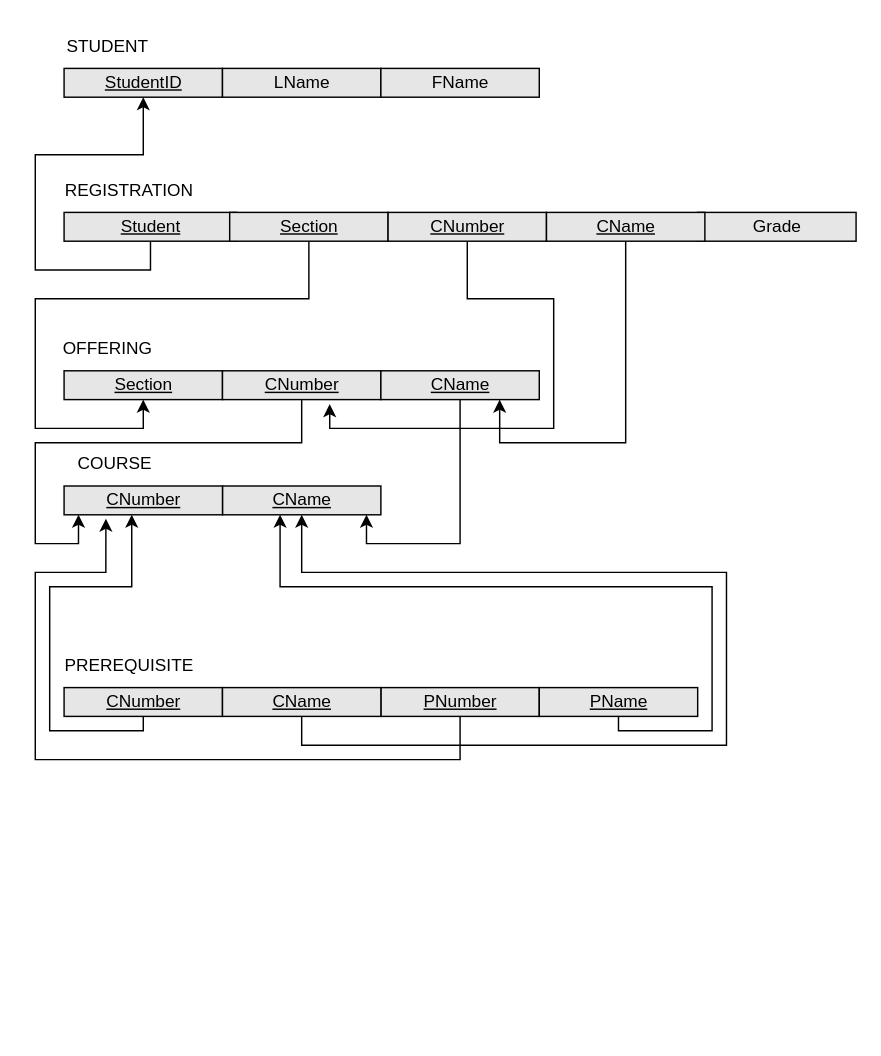
This is FinalProject1.drawio from tysontrail/ENSF-607-608-student-registration-system, a draw.io file, before an edit. Source tidied: cells renumbered, new cells numbered last; positions are measured from the earlier drawing's top-left corner, leaving out a move shared by most shapes. Both pictures are drawn from the tidied source at 144%, with x=0, y=0 at pixel (35, 24).
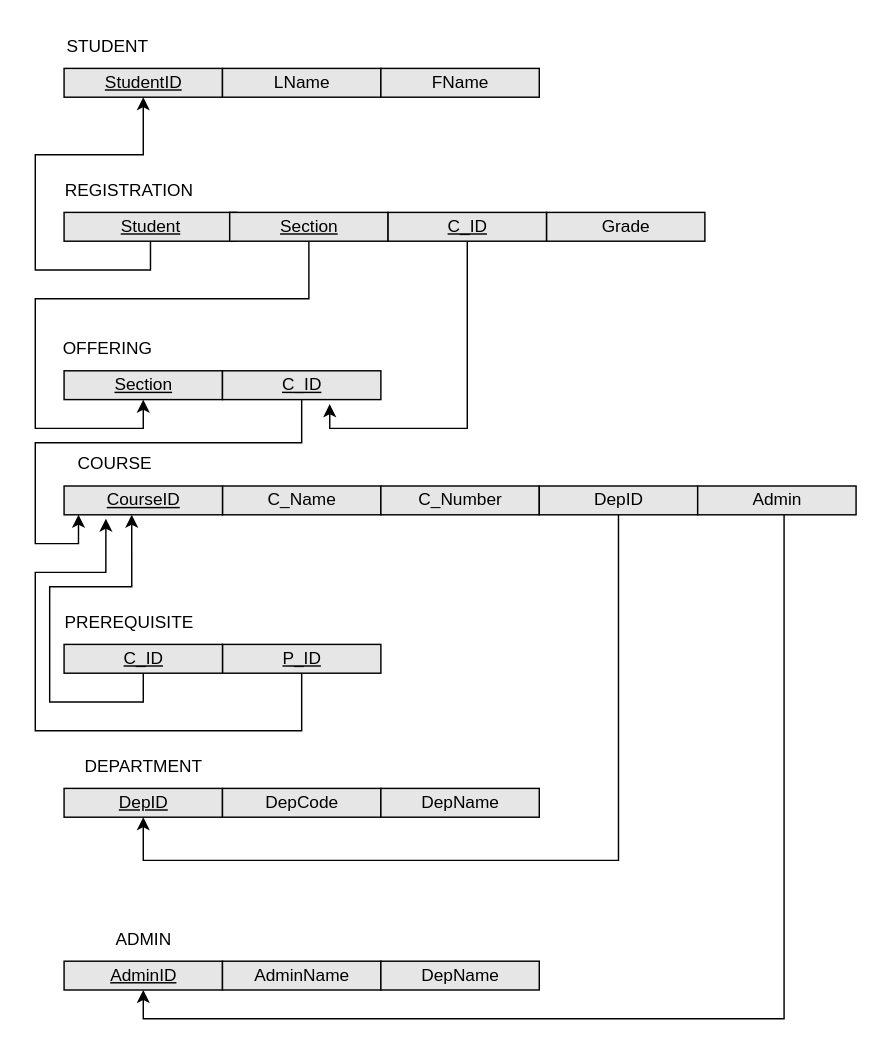
The same page after the edit.

Change to the diagram source:
```diff
@@
-    <mxCell id="11" value="&lt;u&gt;CName&lt;/u&gt;" style="html=1;fillColor=#E6E6E6;" parent="1" vertex="1">
+    <mxCell id="11" value="C_Name" style="html=1;fillColor=#E6E6E6;" parent="1" vertex="1">
       <mxGeometry x="130" y="320" width="110" height="20" as="geometry" />
     </mxCell>
@@
-    <mxCell id="15" value="&lt;u&gt;CNumber&lt;/u&gt;" style="html=1;fillColor=#E6E6E6;" parent="1" vertex="1">
+    <mxCell id="15" value="&lt;u&gt;C_ID&lt;/u&gt;" style="html=1;fillColor=#E6E6E6;" parent="1" vertex="1">
       <mxGeometry x="130" y="240" width="110" height="20" as="geometry" />
     </mxCell>
@@
-    <mxCell id="17" value="&lt;u&gt;CNumber&lt;/u&gt;" style="html=1;fillColor=#E6E6E6;" parent="1" vertex="1">
+    <mxCell id="17" value="&lt;u&gt;CourseID&lt;/u&gt;" style="html=1;fillColor=#E6E6E6;" parent="1" vertex="1">
       <mxGeometry x="20" y="320" width="110" height="20" as="geometry" />
     </mxCell>
     <mxCell id="18" value="Grade" style="html=1;fillColor=#E6E6E6;" parent="1" vertex="1">
-      <mxGeometry x="460" y="130" width="110" height="20" as="geometry" />
+      <mxGeometry x="355" y="130" width="110" height="20" as="geometry" />
     </mxCell>
     <mxCell id="19" style="edgeStyle=orthogonalEdgeStyle;rounded=0;jettySize=auto;html=1;exitX=0.5;exitY=1;exitDx=0;exitDy=0;entryX=0.264;entryY=1.133;entryDx=0;entryDy=0;entryPerimeter=0;" parent="1" edge="1" source="20" target="17">
       <mxGeometry relative="1" as="geometry">
         <Array as="points">
-          <mxPoint x="295" y="510" />
-          <mxPoint y="510" />
+          <mxPoint x="185" y="490" />
+          <mxPoint y="490" />
           <mxPoint y="380" />
           <mxPoint x="49" y="380" />
         </Array>
       </mxGeometry>
     </mxCell>
-    <mxCell id="20" value="&lt;u&gt;PNumber&lt;/u&gt;" style="html=1;fillColor=#E6E6E6;" parent="1" vertex="1">
-      <mxGeometry x="240" y="460" width="110" height="20" as="geometry" />
+    <mxCell id="20" value="&lt;u&gt;P_ID&lt;/u&gt;" style="html=1;fillColor=#E6E6E6;" parent="1" vertex="1">
+      <mxGeometry x="130" y="430" width="110" height="20" as="geometry" />
     </mxCell>
     <mxCell id="21" value="PREREQUISITE" style="text;html=1;align=center;verticalAlign=middle;strokeColor=none;fillColor=none;" parent="1" vertex="1">
-      <mxGeometry x="10" y="430" width="110" height="30" as="geometry" />
+      <mxGeometry x="10" y="400" width="110" height="30" as="geometry" />
     </mxCell>
     <mxCell id="22" style="edgeStyle=orthogonalEdgeStyle;rounded=0;jettySize=auto;html=1;exitX=0.5;exitY=1;exitDx=0;exitDy=0;entryX=0.427;entryY=1;entryDx=0;entryDy=0;entryPerimeter=0;" parent="1" edge="1" source="23" target="17">
       <mxGeometry relative="1" as="geometry">
         <Array as="points">
-          <mxPoint x="75" y="490" />
-          <mxPoint x="10" y="490" />
+          <mxPoint x="75" y="470" />
+          <mxPoint x="10" y="470" />
           <mxPoint x="10" y="390" />
           <mxPoint x="67" y="390" />
         </Array>
       </mxGeometry>
     </mxCell>
-    <mxCell id="23" value="&lt;u&gt;CNumber&lt;/u&gt;" style="html=1;fillColor=#E6E6E6;" parent="1" vertex="1">
-      <mxGeometry x="20" y="460" width="110" height="20" as="geometry" />
+    <mxCell id="23" value="&lt;u&gt;C_ID&lt;/u&gt;" style="html=1;fillColor=#E6E6E6;" parent="1" vertex="1">
+      <mxGeometry x="20" y="430" width="110" height="20" as="geometry" />
     </mxCell>
-    <mxCell id="24" style="edgeStyle=orthogonalEdgeStyle;rounded=0;jettySize=auto;html=1;exitX=0.5;exitY=1;exitDx=0;exitDy=0;" parent="1" edge="1" source="25">
-      <mxGeometry relative="1" as="geometry">
-        <mxPoint x="230" y="340" as="targetPoint" />
-        <Array as="points">
-          <mxPoint x="295" y="360" />
-          <mxPoint x="230" y="360" />
-          <mxPoint x="230" y="340" />
-        </Array>
-      </mxGeometry>
-    </mxCell>
-    <mxCell id="25" value="&lt;u&gt;CName&lt;/u&gt;" style="html=1;fillColor=#E6E6E6;" parent="1" vertex="1">
-      <mxGeometry x="240" y="240" width="110" height="20" as="geometry" />
-    </mxCell>
-    <mxCell id="26" style="edgeStyle=orthogonalEdgeStyle;rounded=0;jettySize=auto;html=1;exitX=0.5;exitY=1;exitDx=0;exitDy=0;entryX=0.5;entryY=1;entryDx=0;entryDy=0;" parent="1" edge="1" source="27" target="11">
-      <mxGeometry relative="1" as="geometry">
-        <Array as="points">
-          <mxPoint x="185" y="500" />
-          <mxPoint x="480" y="500" />
-          <mxPoint x="480" y="380" />
-          <mxPoint x="185" y="380" />
-        </Array>
-      </mxGeometry>
-    </mxCell>
-    <mxCell id="27" value="&lt;u&gt;CName&lt;/u&gt;" style="html=1;fillColor=#E6E6E6;" parent="1" vertex="1">
-      <mxGeometry x="130" y="460" width="110" height="20" as="geometry" />
-    </mxCell>
-    <mxCell id="28" style="edgeStyle=orthogonalEdgeStyle;rounded=0;orthogonalLoop=1;jettySize=auto;html=1;exitX=0.5;exitY=1;exitDx=0;exitDy=0;" parent="1" edge="1">
-      <mxGeometry relative="1" as="geometry">
-        <mxPoint x="405" y="480" as="sourcePoint" />
-        <mxPoint x="170" y="340" as="targetPoint" />
-        <Array as="points">
-          <mxPoint x="405" y="490" />
-          <mxPoint x="470" y="490" />
-          <mxPoint x="470" y="390" />
-          <mxPoint x="170" y="390" />
-          <mxPoint x="170" y="342" />
-        </Array>
-      </mxGeometry>
-    </mxCell>
-    <mxCell id="29" value="&lt;u&gt;PName&lt;/u&gt;" style="html=1;fillColor=#E6E6E6;" parent="1" vertex="1">
-      <mxGeometry x="350" y="460" width="110" height="20" as="geometry" />
-    </mxCell>
     <mxCell id="30" style="edgeStyle=orthogonalEdgeStyle;rounded=0;jettySize=auto;html=1;exitX=0.5;exitY=1;exitDx=0;exitDy=0;entryX=0.677;entryY=1.156;entryDx=0;entryDy=0;entryPerimeter=0;" parent="1" edge="1" source="31" target="15">
       <mxGeometry relative="1" as="geometry">
         <Array as="points">
-          <mxPoint x="300" y="190" />
-          <mxPoint x="360" y="190" />
-          <mxPoint x="360" y="280" />
+          <mxPoint x="300" y="280" />
           <mxPoint x="205" y="280" />
         </Array>
       </mxGeometry>
     </mxCell>
-    <mxCell id="31" value="&lt;u&gt;CNumber&lt;/u&gt;" style="html=1;fillColor=#E6E6E6;" parent="1" vertex="1">
+    <mxCell id="31" value="&lt;u&gt;C_ID&lt;/u&gt;" style="html=1;fillColor=#E6E6E6;" parent="1" vertex="1">
       <mxGeometry x="245" y="130" width="110" height="20" as="geometry" />
     </mxCell>
-    <mxCell id="32" style="edgeStyle=orthogonalEdgeStyle;rounded=0;jettySize=auto;html=1;exitX=0.5;exitY=1;exitDx=0;exitDy=0;entryX=0.75;entryY=1;entryDx=0;entryDy=0;" parent="1" edge="1" source="33" target="25">
-      <mxGeometry relative="1" as="geometry">
-        <Array as="points">
-          <mxPoint x="410" y="290" />
-          <mxPoint x="323" y="290" />
-        </Array>
-      </mxGeometry>
-    </mxCell>
-    <mxCell id="33" value="&lt;u&gt;CName&lt;/u&gt;" style="html=1;fillColor=#E6E6E6;" parent="1" vertex="1">
-      <mxGeometry x="355" y="130" width="110" height="20" as="geometry" />
-    </mxCell>
+    <mxCell id="34" value="C_Number" style="html=1;fillColor=#E6E6E6;" parent="1" vertex="1">
+      <mxGeometry x="240" y="320" width="110" height="20" as="geometry" />
+    </mxCell>
+    <mxCell id="35" value="&lt;u&gt;DepID&lt;/u&gt;" style="html=1;fillColor=#E6E6E6;" parent="1" vertex="1">
+      <mxGeometry x="20" y="530" width="110" height="20" as="geometry" />
+    </mxCell>
+    <mxCell id="36" value="DepCode" style="html=1;fillColor=#E6E6E6;" parent="1" vertex="1">
+      <mxGeometry x="130" y="530" width="110" height="20" as="geometry" />
+    </mxCell>
+    <mxCell id="37" value="DepName" style="html=1;fillColor=#E6E6E6;" parent="1" vertex="1">
+      <mxGeometry x="240" y="530" width="110" height="20" as="geometry" />
+    </mxCell>
+    <mxCell id="38" value="DEPARTMENT" style="text;html=1;align=center;verticalAlign=middle;strokeColor=none;fillColor=none;" parent="1" vertex="1">
+      <mxGeometry x="20" y="500" width="110" height="30" as="geometry" />
+    </mxCell>
+    <mxCell id="39" value="&lt;u&gt;AdminID&lt;/u&gt;" style="html=1;fillColor=#E6E6E6;" parent="1" vertex="1">
+      <mxGeometry x="20" y="650" width="110" height="20" as="geometry" />
+    </mxCell>
+    <mxCell id="40" value="AdminName" style="html=1;fillColor=#E6E6E6;" parent="1" vertex="1">
+      <mxGeometry x="130" y="650" width="110" height="20" as="geometry" />
+    </mxCell>
+    <mxCell id="41" value="DepName" style="html=1;fillColor=#E6E6E6;" parent="1" vertex="1">
+      <mxGeometry x="240" y="650" width="110" height="20" as="geometry" />
+    </mxCell>
+    <mxCell id="42" value="ADMIN" style="text;html=1;align=center;verticalAlign=middle;strokeColor=none;fillColor=none;" parent="1" vertex="1">
+      <mxGeometry x="45" y="620" width="60" height="30" as="geometry" />
+    </mxCell>
+    <mxCell id="43" style="edgeStyle=orthogonalEdgeStyle;rounded=0;jettySize=auto;html=1;entryX=0.5;entryY=1;entryDx=0;entryDy=0;" parent="1" edge="1" source="44" target="35">
+      <mxGeometry relative="1" as="geometry">
+        <Array as="points">
+          <mxPoint x="405" y="580" />
+          <mxPoint x="75" y="580" />
+        </Array>
+      </mxGeometry>
+    </mxCell>
+    <mxCell id="44" value="DepID" style="html=1;fillColor=#E6E6E6;" parent="1" vertex="1">
+      <mxGeometry x="350" y="320" width="110" height="20" as="geometry" />
+    </mxCell>
+    <mxCell id="45" style="edgeStyle=orthogonalEdgeStyle;rounded=0;jettySize=auto;html=1;entryX=0.5;entryY=1;entryDx=0;entryDy=0;" parent="1" edge="1" source="46" target="39">
+      <mxGeometry relative="1" as="geometry">
+        <Array as="points">
+          <mxPoint x="520" y="690" />
+          <mxPoint x="75" y="690" />
+        </Array>
+      </mxGeometry>
+    </mxCell>
+    <mxCell id="46" value="Admin" style="html=1;fillColor=#E6E6E6;" parent="1" vertex="1">
+      <mxGeometry x="460" y="320" width="110" height="20" as="geometry" />
+    </mxCell>
```
